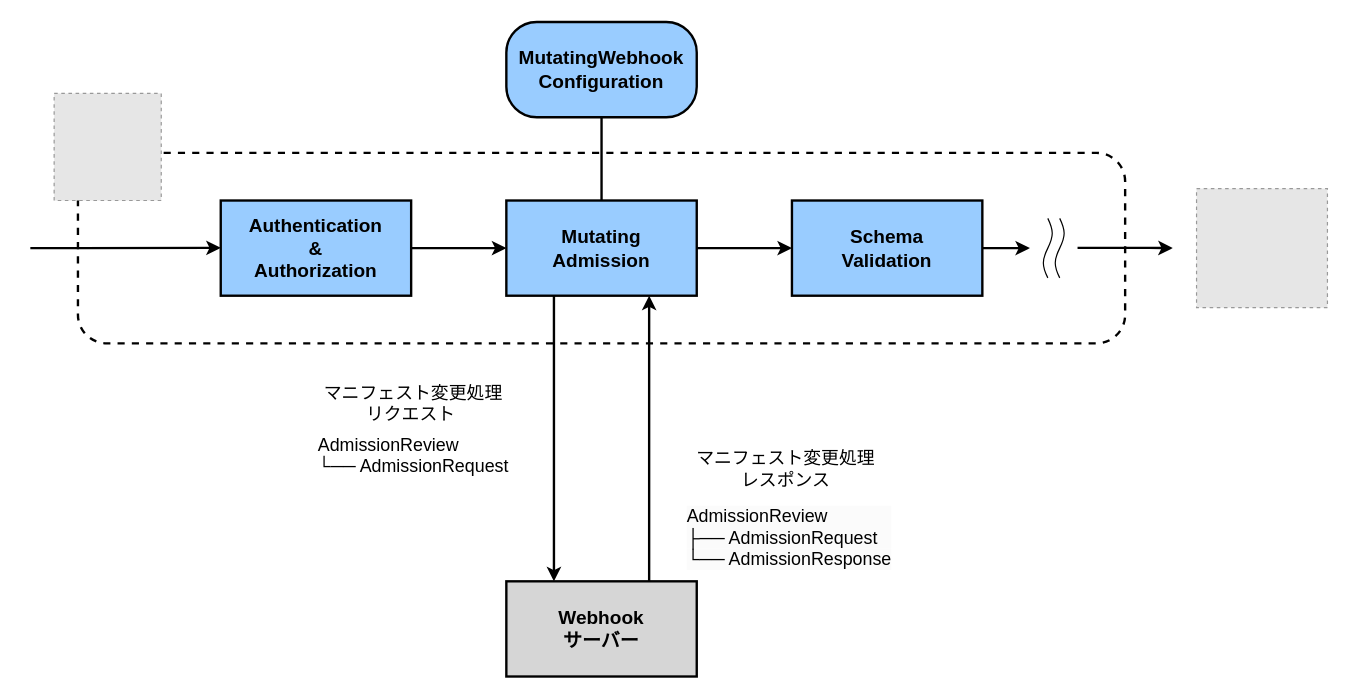
Above: page "admission-controllers_mutating-admission" (3 of 5) of images/drawio/istio/service-mesh_layer.drawio in hiroki-it/tech-notebook_old (draw.io), before the change. Source tidied: cells renumbered, new cells numbered last; positions are measured from the earlier drawing's top-left corner, leaving out a move shared by most shapes. Both pictures are drawn from the tidied source at 119%, with x=0, y=0 at pixel (30, 21). Pictures stored in the file or linked from it are replaced by grey dashed boxes.
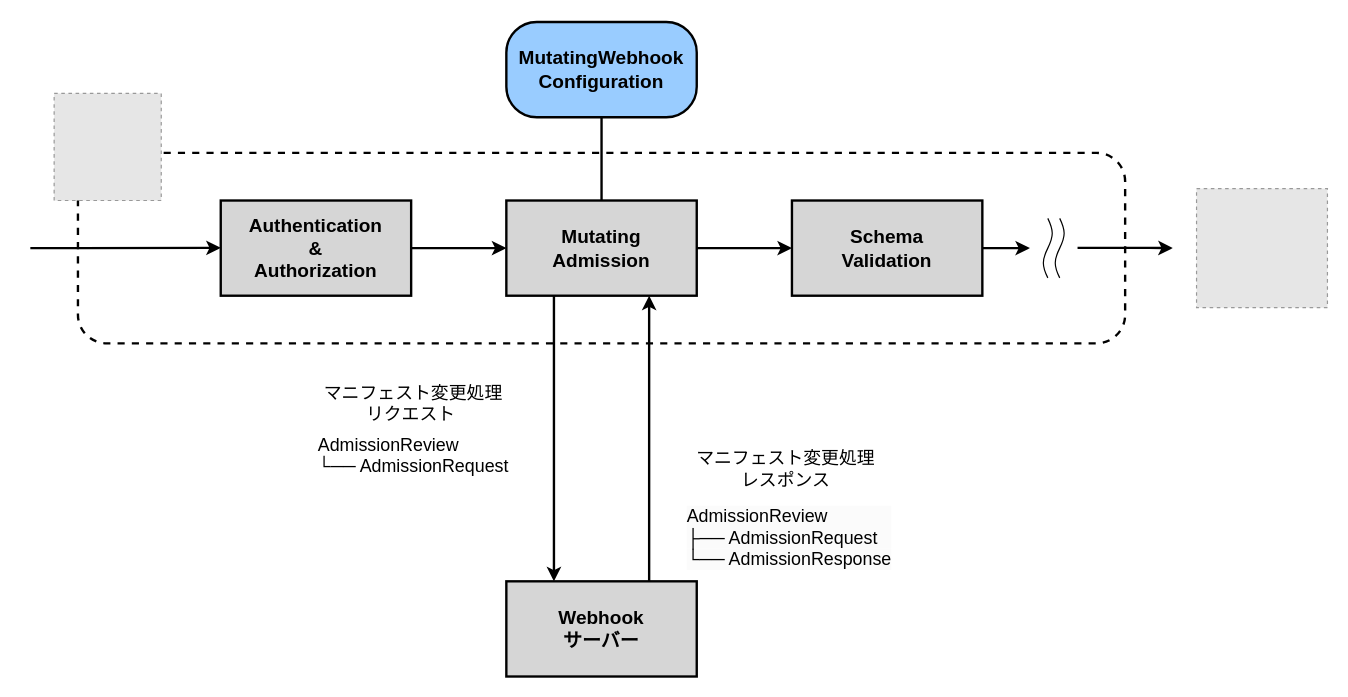
Above is the later version.

The edit, as a diff of the source:
```diff
@@
-    <mxCell id="4" value="&lt;b&gt;Mutating&lt;br&gt;Admission&lt;br&gt;&lt;/b&gt;" style="rounded=0;whiteSpace=wrap;html=1;fillColor=#99CCFF;strokeWidth=2;fontSize=16;" parent="1" vertex="1">
+    <mxCell id="4" value="&lt;b&gt;Mutating&lt;br&gt;Admission&lt;br&gt;&lt;/b&gt;" style="rounded=0;whiteSpace=wrap;html=1;fillColor=#D6D6D6;strokeWidth=2;fontSize=16;" parent="1" vertex="1">
       <mxGeometry x="400" y="150" width="160" height="80" as="geometry" />
     </mxCell>
@@
-    <mxCell id="6" value="Authentication&lt;br style=&quot;font-size: 16px;&quot;&gt;&amp;amp;&lt;br style=&quot;font-size: 16px;&quot;&gt;Authorization" style="rounded=0;whiteSpace=wrap;html=1;fillColor=#99CCFF;strokeWidth=2;fontStyle=1;fontSize=16;" parent="1" vertex="1">
+    <mxCell id="6" value="Authentication&lt;br style=&quot;font-size: 16px;&quot;&gt;&amp;amp;&lt;br style=&quot;font-size: 16px;&quot;&gt;Authorization" style="rounded=0;whiteSpace=wrap;html=1;fillColor=#D6D6D6;strokeWidth=2;fontStyle=1;fontSize=16;" parent="1" vertex="1">
       <mxGeometry x="160" y="150" width="160" height="80" as="geometry" />
     </mxCell>
-    <mxCell id="7" value="Schema&lt;br style=&quot;font-size: 16px;&quot;&gt;Validation" style="rounded=0;whiteSpace=wrap;html=1;fillColor=#99CCFF;strokeWidth=2;fontStyle=1;fontSize=16;" parent="1" vertex="1">
+    <mxCell id="7" value="Schema&lt;br style=&quot;font-size: 16px;&quot;&gt;Validation" style="rounded=0;whiteSpace=wrap;html=1;fillColor=#D6D6D6;strokeWidth=2;fontStyle=1;fontSize=16;" parent="1" vertex="1">
       <mxGeometry x="640" y="150" width="160" height="80" as="geometry" />
     </mxCell>
```
